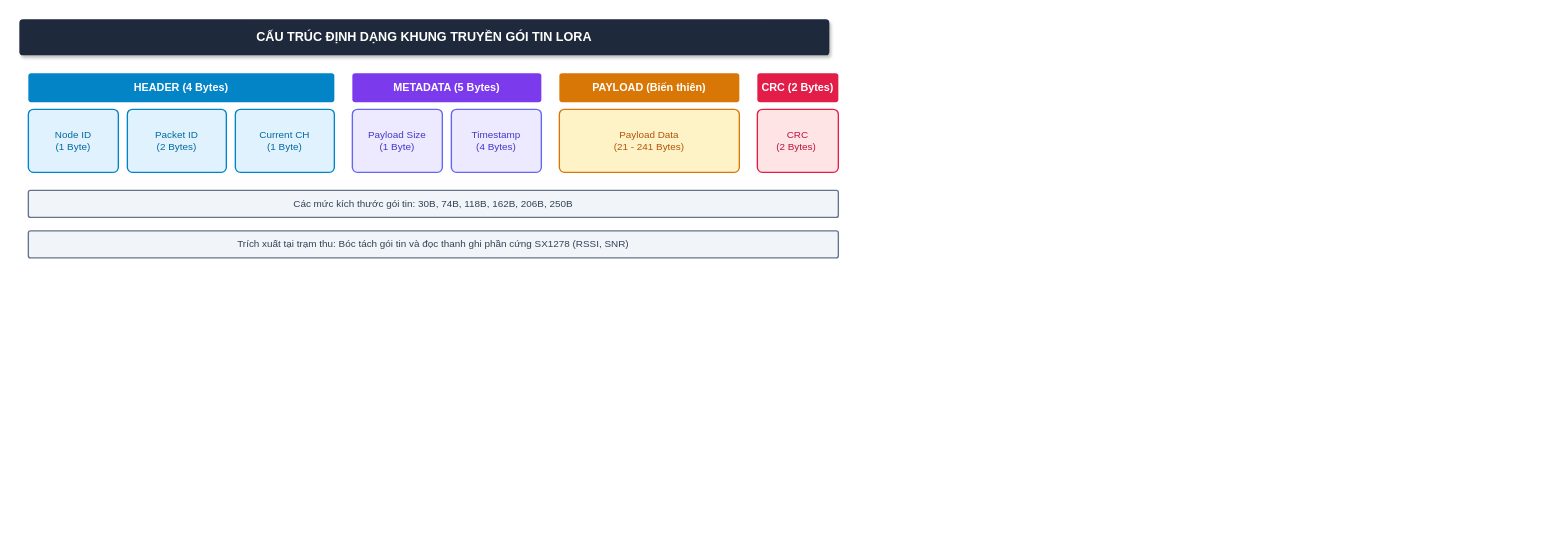
This is figs/07_dinh_dang_khung_truyen_goi_tin.drawio from Brauuwu/LoRa_TinyML_Hopping, a draw.io file, before an edit. Source tidied: cells renumbered, new cells numbered last; positions are measured from the earlier drawing's top-left corner, leaving out a move shared by most shapes. Both pictures are drawn from the tidied source at 90%, with x=0, y=0 at pixel (19, 19).
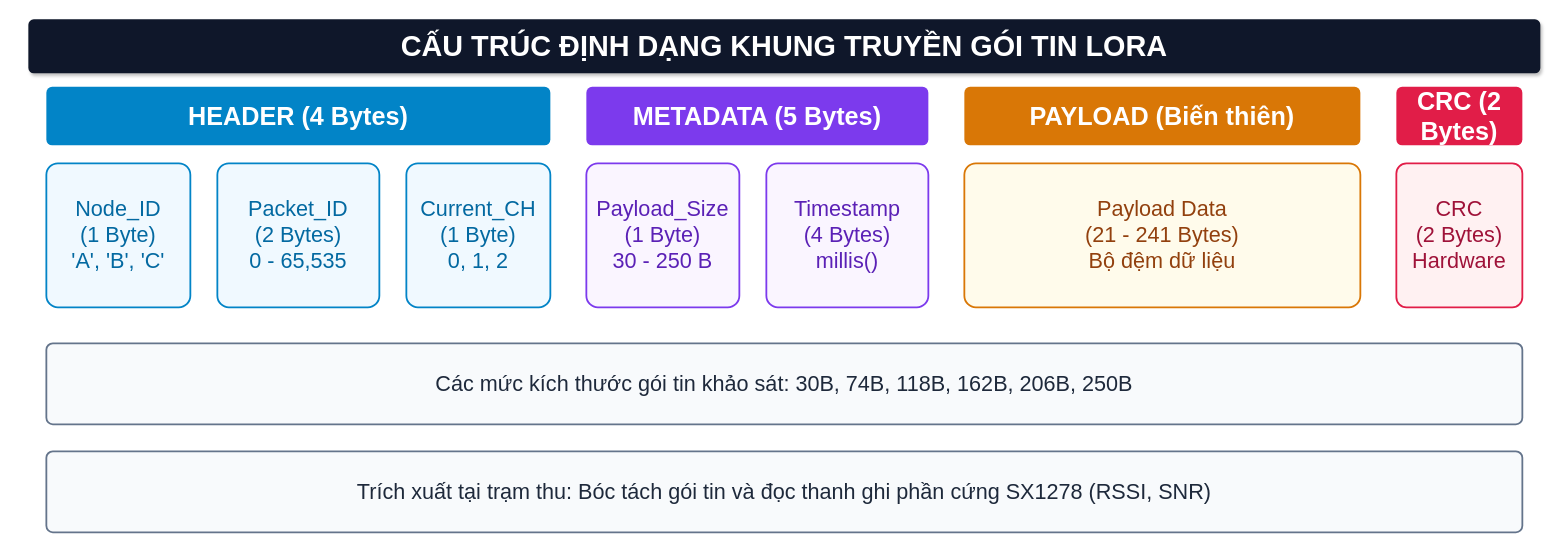
The same diagram, later.

Change to the diagram source:
```diff
@@
 <mxGraphModel background="#ffffff">
   <root>
     <mxCell id="0" />
     <mxCell id="1" parent="0" />
-    <mxCell id="2" value="CẤU TRÚC ĐỊNH DẠNG KHUNG TRUYỀN GÓI TIN LORA" style="rounded=1;whiteSpace=wrap;html=1;fillColor=#1e293b;strokeColor=none;fontColor=#ffffff;fontStyle=1;fontSize=14;shadow=1;arcSize=10;" parent="1" vertex="1">
-      <mxGeometry width="900" height="40" as="geometry" />
+    <mxCell id="2" value="CẤU TRÚC ĐỊNH DẠNG KHUNG TRUYỀN GÓI TIN LORA" style="rounded=1;whiteSpace=wrap;html=1;fillColor=#0f172a;strokeColor=none;fontColor=#ffffff;fontStyle=1;fontSize=32;shadow=1;arcSize=10;fontFamily=Helvetica;" parent="1" vertex="1">
+      <mxGeometry x="10" width="1680" height="60" as="geometry" />
     </mxCell>
-    <mxCell id="3" value="HEADER (4 Bytes)" style="rounded=1;whiteSpace=wrap;html=1;fillColor=#0284c7;strokeColor=none;fontColor=#ffffff;fontStyle=1;fontSize=12;arcSize=10;" parent="1" vertex="1">
-      <mxGeometry x="10" y="60" width="340" height="32" as="geometry" />
+    <mxCell id="3" value="HEADER (4 Bytes)" style="rounded=1;whiteSpace=wrap;html=1;fillColor=#0284c7;strokeColor=none;fontColor=#ffffff;fontStyle=1;fontSize=28;arcSize=10;fontFamily=Helvetica;" parent="1" vertex="1">
+      <mxGeometry x="30" y="75" width="560" height="65" as="geometry" />
     </mxCell>
-    <mxCell id="4" value="METADATA (5 Bytes)" style="rounded=1;whiteSpace=wrap;html=1;fillColor=#7c3aed;strokeColor=none;fontColor=#ffffff;fontStyle=1;fontSize=12;arcSize=10;" parent="1" vertex="1">
-      <mxGeometry x="370" y="60" width="210" height="32" as="geometry" />
+    <mxCell id="4" value="METADATA (5 Bytes)" style="rounded=1;whiteSpace=wrap;html=1;fillColor=#7c3aed;strokeColor=none;fontColor=#ffffff;fontStyle=1;fontSize=28;arcSize=10;fontFamily=Helvetica;" parent="1" vertex="1">
+      <mxGeometry x="630" y="75" width="380" height="65" as="geometry" />
     </mxCell>
-    <mxCell id="5" value="PAYLOAD (Biến thiên)" style="rounded=1;whiteSpace=wrap;html=1;fillColor=#d97706;strokeColor=none;fontColor=#ffffff;fontStyle=1;fontSize=12;arcSize=10;" parent="1" vertex="1">
-      <mxGeometry x="600" y="60" width="200" height="32" as="geometry" />
+    <mxCell id="5" value="PAYLOAD (Biến thiên)" style="rounded=1;whiteSpace=wrap;html=1;fillColor=#d97706;strokeColor=none;fontColor=#ffffff;fontStyle=1;fontSize=28;arcSize=10;fontFamily=Helvetica;" parent="1" vertex="1">
+      <mxGeometry x="1050" y="75" width="440" height="65" as="geometry" />
     </mxCell>
-    <mxCell id="6" value="CRC (2 Bytes)" style="rounded=1;whiteSpace=wrap;html=1;fillColor=#e11d48;strokeColor=none;fontColor=#ffffff;fontStyle=1;fontSize=12;arcSize=10;" parent="1" vertex="1">
-      <mxGeometry x="820" y="60" width="90" height="32" as="geometry" />
+    <mxCell id="6" value="CRC (2 Bytes)" style="rounded=1;whiteSpace=wrap;html=1;fillColor=#e11d48;strokeColor=none;fontColor=#ffffff;fontStyle=1;fontSize=28;arcSize=10;fontFamily=Helvetica;" parent="1" vertex="1">
+      <mxGeometry x="1530" y="75" width="140" height="65" as="geometry" />
     </mxCell>
-    <mxCell id="7" value="Node ID&lt;div&gt;(1 Byte)&lt;/div&gt;" style="rounded=1;whiteSpace=wrap;html=1;fillColor=#e0f2fe;strokeColor=#0284c7;strokeWidth=1.5;fontColor=#0369a1;fontSize=11;arcSize=8;align=center;" parent="1" vertex="1">
-      <mxGeometry x="10" y="100" width="100" height="70" as="geometry" />
+    <mxCell id="7" value="Node_ID&#10;(1 Byte)&#10;'A', 'B', 'C'" style="rounded=1;whiteSpace=wrap;html=1;fillColor=#f0f9ff;strokeColor=#0284c7;strokeWidth=2;fontColor=#0369a1;fontSize=24;arcSize=8;fontFamily=Helvetica;" parent="1" vertex="1">
+      <mxGeometry x="30" y="160" width="160" height="160" as="geometry" />
     </mxCell>
-    <mxCell id="8" value="Packet ID&lt;div&gt;(2 Bytes)&lt;/div&gt;" style="rounded=1;whiteSpace=wrap;html=1;fillColor=#e0f2fe;strokeColor=#0284c7;strokeWidth=1.5;fontColor=#0369a1;fontSize=11;arcSize=8;" parent="1" vertex="1">
-      <mxGeometry x="120" y="100" width="110" height="70" as="geometry" />
+    <mxCell id="8" value="Packet_ID&#10;(2 Bytes)&#10;0 - 65,535" style="rounded=1;whiteSpace=wrap;html=1;fillColor=#f0f9ff;strokeColor=#0284c7;strokeWidth=2;fontColor=#0369a1;fontSize=24;arcSize=8;fontFamily=Helvetica;" parent="1" vertex="1">
+      <mxGeometry x="220" y="160" width="180" height="160" as="geometry" />
     </mxCell>
-    <mxCell id="9" value="Current CH&lt;div&gt;(1 Byte)&lt;/div&gt;" style="rounded=1;whiteSpace=wrap;html=1;fillColor=#e0f2fe;strokeColor=#0284c7;strokeWidth=1.5;fontColor=#0369a1;fontSize=11;arcSize=8;" parent="1" vertex="1">
-      <mxGeometry x="240" y="100" width="110" height="70" as="geometry" />
+    <mxCell id="9" value="Current_CH&#10;(1 Byte)&#10;0, 1, 2" style="rounded=1;whiteSpace=wrap;html=1;fillColor=#f0f9ff;strokeColor=#0284c7;strokeWidth=2;fontColor=#0369a1;fontSize=24;arcSize=8;fontFamily=Helvetica;" parent="1" vertex="1">
+      <mxGeometry x="430" y="160" width="160" height="160" as="geometry" />
     </mxCell>
-    <mxCell id="10" value="Payload Size&lt;div&gt;(1 Byte)&lt;/div&gt;" style="rounded=1;whiteSpace=wrap;html=1;fillColor=#ede9fe;strokeColor=#6366f1;strokeWidth=1.5;fontColor=#4338ca;fontSize=11;arcSize=8;" parent="1" vertex="1">
-      <mxGeometry x="370" y="100" width="100" height="70" as="geometry" />
+    <mxCell id="10" value="Payload_Size&#10;(1 Byte)&#10;30 - 250 B" style="rounded=1;whiteSpace=wrap;html=1;fillColor=#faf5ff;strokeColor=#7c3aed;strokeWidth=2;fontColor=#5b21b6;fontSize=24;arcSize=8;fontFamily=Helvetica;" parent="1" vertex="1">
+      <mxGeometry x="630" y="160" width="170" height="160" as="geometry" />
     </mxCell>
-    <mxCell id="11" value="Timestamp&lt;div&gt;(4 Bytes)&lt;/div&gt;" style="rounded=1;whiteSpace=wrap;html=1;fillColor=#ede9fe;strokeColor=#6366f1;strokeWidth=1.5;fontColor=#4338ca;fontSize=11;arcSize=8;" parent="1" vertex="1">
-      <mxGeometry x="480" y="100" width="100" height="70" as="geometry" />
+    <mxCell id="11" value="Timestamp&#10;(4 Bytes)&#10;millis()" style="rounded=1;whiteSpace=wrap;html=1;fillColor=#faf5ff;strokeColor=#7c3aed;strokeWidth=2;fontColor=#5b21b6;fontSize=24;arcSize=8;fontFamily=Helvetica;" parent="1" vertex="1">
+      <mxGeometry x="830" y="160" width="180" height="160" as="geometry" />
     </mxCell>
-    <mxCell id="12" value="Payload Data&lt;div&gt;(21 - 241 Bytes)&lt;/div&gt;" style="rounded=1;whiteSpace=wrap;html=1;fillColor=#fef3c7;strokeColor=#d97706;strokeWidth=1.5;fontColor=#b45309;fontSize=11;arcSize=8;" parent="1" vertex="1">
-      <mxGeometry x="600" y="100" width="200" height="70" as="geometry" />
+    <mxCell id="12" value="Payload Data&#10;(21 - 241 Bytes)&#10;Bộ đệm dữ liệu" style="rounded=1;whiteSpace=wrap;html=1;fillColor=#fffbeb;strokeColor=#d97706;strokeWidth=2;fontColor=#92400e;fontSize=24;arcSize=8;fontFamily=Helvetica;" parent="1" vertex="1">
+      <mxGeometry x="1050" y="160" width="440" height="160" as="geometry" />
     </mxCell>
-    <mxCell id="13" value="CRC&lt;div&gt;(2 Bytes)&amp;nbsp;&lt;/div&gt;" style="rounded=1;whiteSpace=wrap;html=1;fillColor=#ffe4e6;strokeColor=#e11d48;strokeWidth=1.5;fontColor=#be123c;fontSize=11;arcSize=8;" parent="1" vertex="1">
-      <mxGeometry x="820" y="100" width="90" height="70" as="geometry" />
+    <mxCell id="13" value="CRC&#10;(2 Bytes)&#10;Hardware" style="rounded=1;whiteSpace=wrap;html=1;fillColor=#fff1f2;strokeColor=#e11d48;strokeWidth=2;fontColor=#9f1239;fontSize=24;arcSize=8;fontFamily=Helvetica;" parent="1" vertex="1">
+      <mxGeometry x="1530" y="160" width="140" height="160" as="geometry" />
     </mxCell>
-    <mxCell id="14" value="Các mức kích thước gói tin: 30B, 74B, 118B, 162B, 206B, 250B" style="rounded=1;whiteSpace=wrap;html=1;fillColor=#f1f5f9;strokeColor=#64748b;strokeWidth=1.5;fontColor=#334155;fontSize=11;arcSize=8;" parent="1" vertex="1">
-      <mxGeometry x="10" y="190" width="900" height="30" as="geometry" />
+    <mxCell id="14" value="Các mức kích thước gói tin khảo sát: 30B, 74B, 118B, 162B, 206B, 250B" style="rounded=1;whiteSpace=wrap;html=1;fillColor=#f8fafc;strokeColor=#64748b;strokeWidth=2;fontColor=#1e293b;fontSize=24;arcSize=8;fontFamily=Helvetica;" parent="1" vertex="1">
+      <mxGeometry x="30" y="360" width="1640" height="90" as="geometry" />
     </mxCell>
-    <mxCell id="15" value="Trích xuất tại trạm thu: Bóc tách gói tin và đọc thanh ghi phần cứng SX1278 (RSSI, SNR)" style="rounded=1;whiteSpace=wrap;html=1;fillColor=#f1f5f9;strokeColor=#64748b;strokeWidth=1.5;fontColor=#334155;fontSize=11;arcSize=8;" parent="1" vertex="1">
-      <mxGeometry x="10" y="235" width="900" height="30" as="geometry" />
+    <mxCell id="15" value="Trích xuất tại trạm thu: Bóc tách gói tin và đọc thanh ghi phần cứng SX1278 (RSSI, SNR)" style="rounded=1;whiteSpace=wrap;html=1;fillColor=#f8fafc;strokeColor=#64748b;strokeWidth=2;fontColor=#1e293b;fontSize=24;arcSize=8;fontFamily=Helvetica;" parent="1" vertex="1">
+      <mxGeometry x="30" y="480" width="1640" height="90" as="geometry" />
     </mxCell>
   </root>
 </mxGraphModel>
```
